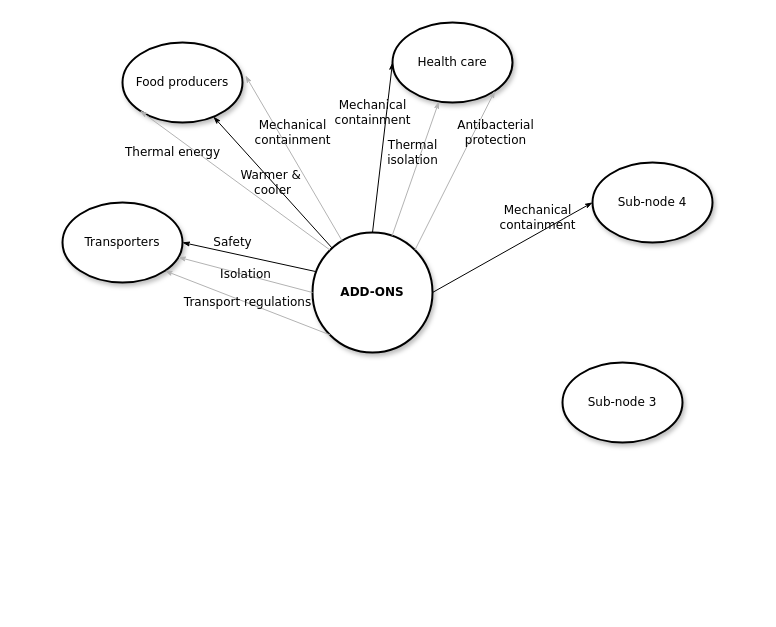
Before: External interfaces.drawio in amerezoji1362/drawio-github, a draw.io diagram. Source tidied: cells renumbered, new cells numbered last; positions are measured from the earlier drawing's top-left corner, leaving out a move shared by most shapes. Both pictures are drawn from the tidied source at 100%, with x=0, y=0 at pixel (62, 22).
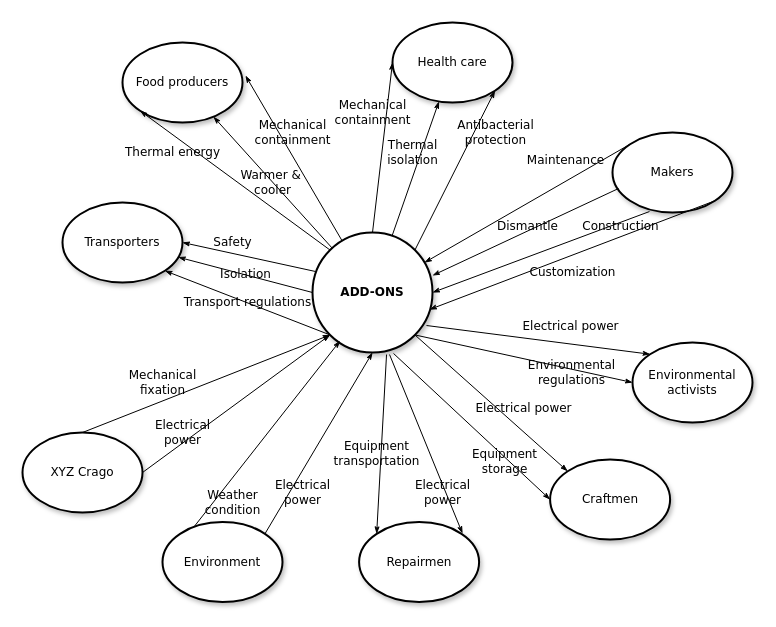
The same page after the edit.

Unchanged cells that the change refers to:
```xml
<mxCell id="2" value="Food producers" style="ellipse;whiteSpace=wrap;html=1;rounded=1;shadow=1;comic=0;labelBackgroundColor=none;strokeWidth=2;fontFamily=Verdana;fontSize=12;align=center;" parent="1" vertex="1">
  <mxGeometry x="60" y="20" width="120" height="80" as="geometry" />
</mxCell>
<mxCell id="3" value="Health care" style="ellipse;whiteSpace=wrap;html=1;rounded=1;shadow=1;comic=0;labelBackgroundColor=none;strokeWidth=2;fontFamily=Verdana;fontSize=12;align=center;" parent="1" vertex="1">
  <mxGeometry x="330" width="120" height="80" as="geometry" />
</mxCell>
<mxCell id="4" value="&lt;b&gt;ADD-ONS&lt;/b&gt;" style="ellipse;whiteSpace=wrap;html=1;rounded=1;shadow=1;comic=0;labelBackgroundColor=none;strokeWidth=2;fontFamily=Verdana;fontSize=12;align=center;" parent="1" vertex="1">
  <mxGeometry x="250" y="210" width="120" height="120" as="geometry" />
</mxCell>
<mxCell id="5" value="Transporters" style="ellipse;whiteSpace=wrap;html=1;rounded=1;shadow=1;comic=0;labelBackgroundColor=none;strokeWidth=2;fontFamily=Verdana;fontSize=12;align=center;" parent="1" vertex="1">
  <mxGeometry y="180" width="120" height="80" as="geometry" />
</mxCell>
```

The edit, as a diff of the source:
```diff
@@
-    <mxCell id="6" value="&lt;span&gt;Sub-node 4&lt;/span&gt;" style="ellipse;whiteSpace=wrap;html=1;rounded=1;shadow=1;comic=0;labelBackgroundColor=none;strokeWidth=2;fontFamily=Verdana;fontSize=12;align=center;" parent="1" vertex="1">
-      <mxGeometry x="530" y="140" width="120" height="80" as="geometry" />
+    <mxCell id="6" value="Makers" style="ellipse;whiteSpace=wrap;html=1;rounded=1;shadow=1;comic=0;labelBackgroundColor=none;strokeWidth=2;fontFamily=Verdana;fontSize=12;align=center;" parent="1" vertex="1">
+      <mxGeometry x="550" y="110" width="120" height="80" as="geometry" />
     </mxCell>
@@
-    <mxCell id="8" value="&lt;div&gt;Thermal&lt;/div&gt;&lt;div&gt; isolation &lt;/div&gt;" style="edgeStyle=none;rounded=1;html=1;labelBackgroundColor=none;startArrow=none;startFill=0;startSize=5;endArrow=classicThin;endFill=1;endSize=5;jettySize=auto;strokeColor=#B3B3B3;strokeWidth=1;fontFamily=Verdana;fontSize=12;" parent="1" edge="1" source="4" target="3">
+    <mxCell id="8" value="&lt;div&gt;Thermal&lt;/div&gt;&lt;div&gt; isolation &lt;/div&gt;" style="edgeStyle=none;rounded=1;html=1;labelBackgroundColor=none;startArrow=none;startFill=0;startSize=5;endArrow=classicThin;endFill=1;endSize=5;jettySize=auto;strokeColor=#000000;strokeWidth=1;fontFamily=Verdana;fontSize=12;" parent="1" edge="1" source="4" target="3">
       <mxGeometry x="0.2" y="8" relative="1" as="geometry" />
     </mxCell>
-    <mxCell id="9" value="Isolation" style="edgeStyle=none;rounded=1;html=1;labelBackgroundColor=none;startArrow=none;startFill=0;startSize=5;endArrow=classicThin;endFill=1;endSize=5;jettySize=auto;strokeColor=#B3B3B3;strokeWidth=1;fontFamily=Verdana;fontSize=12;exitX=0;exitY=0.5;exitDx=0;exitDy=0;" parent="1" edge="1" source="4" target="5">
+    <mxCell id="9" value="Isolation" style="edgeStyle=none;rounded=1;html=1;labelBackgroundColor=none;startArrow=none;startFill=0;startSize=5;endArrow=classicThin;endFill=1;endSize=5;jettySize=auto;strokeColor=#000000;strokeWidth=1;fontFamily=Verdana;fontSize=12;exitX=0;exitY=0.5;exitDx=0;exitDy=0;" parent="1" edge="1" source="4" target="5">
       <mxGeometry relative="1" as="geometry" />
     </mxCell>
-    <mxCell id="10" value="Transport regulations" style="edgeStyle=none;rounded=1;html=1;labelBackgroundColor=none;startArrow=none;startFill=0;startSize=5;endArrow=classicThin;endFill=1;endSize=5;jettySize=auto;strokeColor=#B3B3B3;strokeWidth=1;fontFamily=Verdana;fontSize=12;exitX=0;exitY=1;exitDx=0;exitDy=0;entryX=1;entryY=1;entryDx=0;entryDy=0;" parent="1" edge="1" source="4" target="5">
+    <mxCell id="10" value="Transport regulations" style="edgeStyle=none;rounded=1;html=1;labelBackgroundColor=none;startArrow=none;startFill=0;startSize=5;endArrow=classicThin;endFill=1;endSize=5;jettySize=auto;strokeColor=#000000;strokeWidth=1;fontFamily=Verdana;fontSize=12;exitX=0;exitY=1;exitDx=0;exitDy=0;entryX=1;entryY=1;entryDx=0;entryDy=0;" parent="1" edge="1" source="4" target="5">
       <mxGeometry relative="1" as="geometry" />
     </mxCell>
-    <mxCell id="11" value="&lt;span&gt;Sub-node 3&lt;/span&gt;" style="ellipse;whiteSpace=wrap;html=1;rounded=1;shadow=1;comic=0;labelBackgroundColor=none;strokeWidth=2;fontFamily=Verdana;fontSize=12;align=center;" parent="1" vertex="1">
-      <mxGeometry x="500" y="340" width="120" height="80" as="geometry" />
+    <mxCell id="11" value="Environmental activists " style="ellipse;whiteSpace=wrap;html=1;rounded=1;shadow=1;comic=0;labelBackgroundColor=none;strokeWidth=2;fontFamily=Verdana;fontSize=12;align=center;" parent="1" vertex="1">
+      <mxGeometry x="570" y="320" width="120" height="80" as="geometry" />
     </mxCell>
-    <mxCell id="12" value="&lt;div&gt;Mechanical &lt;br&gt;&lt;/div&gt;&lt;div&gt;containment &lt;/div&gt;" style="edgeStyle=none;rounded=1;html=1;labelBackgroundColor=none;startArrow=none;startFill=0;startSize=5;endArrow=classicThin;endFill=1;endSize=5;jettySize=auto;strokeColor=#B3B3B3;strokeWidth=1;fontFamily=Verdana;fontSize=12;entryX=1.025;entryY=0.413;entryDx=0;entryDy=0;entryPerimeter=0;" parent="1" edge="1" source="4" target="2">
+    <mxCell id="12" value="&lt;div&gt;Mechanical &lt;br&gt;&lt;/div&gt;&lt;div&gt;containment &lt;/div&gt;" style="edgeStyle=none;rounded=1;html=1;labelBackgroundColor=none;startArrow=none;startFill=0;startSize=5;endArrow=classicThin;endFill=1;endSize=5;jettySize=auto;strokeColor=#000000;strokeWidth=1;fontFamily=Verdana;fontSize=12;entryX=1.025;entryY=0.413;entryDx=0;entryDy=0;entryPerimeter=0;" parent="1" edge="1" source="4" target="2">
       <mxGeometry x="0.24" y="-12" relative="1" as="geometry">
         <mxPoint y="1" as="offset" />
       </mxGeometry>
     </mxCell>
-    <mxCell id="13" value="Thermal energy " style="edgeStyle=none;rounded=1;html=1;labelBackgroundColor=none;startArrow=none;startFill=0;startSize=5;endArrow=classicThin;endFill=1;endSize=5;jettySize=auto;strokeColor=#B3B3B3;strokeWidth=1;fontFamily=Verdana;fontSize=12;exitX=0;exitY=0;exitDx=0;exitDy=0;entryX=0;entryY=1;entryDx=0;entryDy=0;" parent="1" edge="1" source="4" target="2">
+    <mxCell id="13" value="Thermal energy " style="edgeStyle=none;rounded=1;html=1;labelBackgroundColor=none;startArrow=none;startFill=0;startSize=5;endArrow=classicThin;endFill=1;endSize=5;jettySize=auto;strokeColor=#000000;strokeWidth=1;fontFamily=Verdana;fontSize=12;exitX=0;exitY=0;exitDx=0;exitDy=0;entryX=0;entryY=1;entryDx=0;entryDy=0;" parent="1" edge="1" source="4" target="2">
       <mxGeometry x="0.57" y="14" relative="1" as="geometry">
         <mxPoint y="1" as="offset" />
       </mxGeometry>
     </mxCell>
@@
-    <mxCell id="16" value="&lt;div&gt;Antibacterial &lt;br&gt;protection&lt;br&gt;&lt;/div&gt;" style="edgeStyle=none;rounded=1;html=1;labelBackgroundColor=none;startArrow=none;startFill=0;startSize=5;endArrow=classicThin;endFill=1;endSize=5;jettySize=auto;strokeColor=#B3B3B3;strokeWidth=1;fontFamily=Verdana;fontSize=12;exitX=1;exitY=0;exitDx=0;exitDy=0;entryX=1;entryY=1;entryDx=0;entryDy=0;" parent="1" edge="1" source="4" target="3">
+    <mxCell id="16" value="&lt;div&gt;Antibacterial &lt;br&gt;protection&lt;br&gt;&lt;/div&gt;" style="edgeStyle=none;rounded=1;html=1;labelBackgroundColor=none;startArrow=none;startFill=0;startSize=5;endArrow=classicThin;endFill=1;endSize=5;jettySize=auto;strokeColor=#000000;strokeWidth=1;fontFamily=Verdana;fontSize=12;exitX=1;exitY=0;exitDx=0;exitDy=0;entryX=1;entryY=1;entryDx=0;entryDy=0;" parent="1" edge="1" source="4" target="3">
       <mxGeometry x="0.58" y="-19" relative="1" as="geometry" />
     </mxCell>
-    <mxCell id="17" value="&lt;div&gt;&lt;div&gt;Mechanical &lt;br&gt;&lt;/div&gt;&lt;div&gt;containment &lt;/div&gt;&lt;/div&gt;" style="edgeStyle=none;rounded=1;html=1;labelBackgroundColor=none;startArrow=none;startFill=0;startSize=5;endArrow=classicThin;endFill=1;endSize=5;jettySize=auto;strokeColor=#000000;strokeWidth=1;fontFamily=Verdana;fontSize=12;entryX=0;entryY=0.5;entryDx=0;entryDy=0;" parent="1" edge="1" target="6">
-      <mxGeometry x="0.39" y="14" relative="1" as="geometry">
-        <mxPoint x="370" y="270" as="sourcePoint" />
-      </mxGeometry>
+    <mxCell id="17" value="&lt;div&gt;&lt;div&gt;Maintenance&lt;br&gt;&lt;/div&gt;&lt;/div&gt;" style="edgeStyle=none;rounded=1;html=1;labelBackgroundColor=none;startArrow=none;startFill=0;startSize=5;endArrow=classicThin;endFill=1;endSize=5;jettySize=auto;strokeColor=#000000;strokeWidth=1;fontFamily=Verdana;fontSize=12;exitX=0;exitY=0;exitDx=0;exitDy=0;" parent="1" edge="1" source="6" target="4">
+      <mxGeometry x="-0.46" y="-18" relative="1" as="geometry" />
     </mxCell>
+    <mxCell id="18" value="&lt;div&gt;&lt;div&gt;Dismantle&lt;br&gt;&lt;/div&gt;&lt;/div&gt;" style="edgeStyle=none;rounded=1;html=1;labelBackgroundColor=none;startArrow=none;startFill=0;startSize=5;endArrow=classicThin;endFill=1;endSize=5;jettySize=auto;strokeColor=#000000;strokeWidth=1;fontFamily=Verdana;fontSize=12;exitX=0.05;exitY=0.7;exitDx=0;exitDy=0;exitPerimeter=0;" parent="1" edge="1" source="6">
+      <mxGeometry x="-0.04" y="-4" relative="1" as="geometry">
+        <mxPoint x="370" y="253" as="targetPoint" />
+      </mxGeometry>
+    </mxCell>
+    <mxCell id="19" value="&lt;div&gt;&lt;div&gt;Construction&lt;br&gt;&lt;/div&gt;&lt;/div&gt;" style="edgeStyle=none;rounded=1;html=1;labelBackgroundColor=none;startArrow=none;startFill=0;startSize=5;endArrow=classicThin;endFill=1;endSize=5;jettySize=auto;strokeColor=#000000;strokeWidth=1;fontFamily=Verdana;fontSize=12;exitX=0.308;exitY=0.988;exitDx=0;exitDy=0;exitPerimeter=0;entryX=1;entryY=0.5;entryDx=0;entryDy=0;" parent="1" edge="1" source="6" target="4">
+      <mxGeometry x="-0.72" y="4" relative="1" as="geometry" />
+    </mxCell>
+    <mxCell id="20" value="&lt;div&gt;&lt;div&gt;Customization&lt;br&gt;&lt;/div&gt;&lt;/div&gt;" style="edgeStyle=none;rounded=1;html=1;labelBackgroundColor=none;startArrow=none;startFill=0;startSize=5;endArrow=classicThin;endFill=1;endSize=5;jettySize=auto;strokeColor=#000000;strokeWidth=1;fontFamily=Verdana;fontSize=12;exitX=1;exitY=1;exitDx=0;exitDy=0;entryX=0.975;entryY=0.642;entryDx=0;entryDy=0;entryPerimeter=0;" parent="1" edge="1" source="6" target="4">
+      <mxGeometry x="0.04" y="16" relative="1" as="geometry" />
+    </mxCell>
+    <mxCell id="21" value="Electrical power" style="edgeStyle=none;rounded=1;html=1;labelBackgroundColor=none;startArrow=none;startFill=0;startSize=5;endArrow=classicThin;endFill=1;endSize=5;jettySize=auto;strokeColor=#000000;strokeWidth=1;fontFamily=Verdana;fontSize=12;exitX=0.95;exitY=0.775;exitDx=0;exitDy=0;exitPerimeter=0;entryX=0;entryY=0;entryDx=0;entryDy=0;" parent="1" edge="1" source="4" target="11">
+      <mxGeometry x="0.27" y="17" relative="1" as="geometry" />
+    </mxCell>
+    <mxCell id="22" value="&lt;div&gt;Environmental&lt;/div&gt;&lt;div&gt; regulations&lt;/div&gt;" style="edgeStyle=none;rounded=1;html=1;labelBackgroundColor=none;startArrow=none;startFill=0;startSize=5;endArrow=classicThin;endFill=1;endSize=5;jettySize=auto;strokeColor=#000000;strokeWidth=1;fontFamily=Verdana;fontSize=12;exitX=1;exitY=1;exitDx=0;exitDy=0;entryX=0;entryY=0.5;entryDx=0;entryDy=0;" parent="1" edge="1" source="4" target="11">
+      <mxGeometry x="0.45" y="-3" relative="1" as="geometry" />
+    </mxCell>
+    <mxCell id="23" value="Craftmen" style="ellipse;whiteSpace=wrap;html=1;rounded=1;shadow=1;comic=0;labelBackgroundColor=none;strokeWidth=2;fontFamily=Verdana;fontSize=12;align=center;" parent="1" vertex="1">
+      <mxGeometry x="487.6" y="437" width="120" height="80" as="geometry" />
+    </mxCell>
+    <mxCell id="24" value="Electrical power" style="edgeStyle=none;rounded=1;html=1;labelBackgroundColor=none;startArrow=none;startFill=0;startSize=5;endArrow=classicThin;endFill=1;endSize=5;jettySize=auto;strokeColor=#000000;strokeWidth=1;fontFamily=Verdana;fontSize=12;exitX=1;exitY=1;exitDx=0;exitDy=0;entryX=0;entryY=0;entryDx=0;entryDy=0;" parent="1" edge="1" source="4" target="23">
+      <mxGeometry x="0.27" y="17" relative="1" as="geometry" />
+    </mxCell>
+    <mxCell id="25" value="&lt;div&gt;Equipment &lt;br&gt;&lt;/div&gt;&lt;div&gt;storage&lt;br&gt;&lt;/div&gt;" style="edgeStyle=none;rounded=1;html=1;labelBackgroundColor=none;startArrow=none;startFill=0;startSize=5;endArrow=classicThin;endFill=1;endSize=5;jettySize=auto;strokeColor=#000000;strokeWidth=1;fontFamily=Verdana;fontSize=12;exitX=0.675;exitY=1.008;exitDx=0;exitDy=0;entryX=0;entryY=0.5;entryDx=0;entryDy=0;exitPerimeter=0;" parent="1" edge="1" source="4" target="23">
+      <mxGeometry x="0.45" y="-3" relative="1" as="geometry" />
+    </mxCell>
+    <mxCell id="26" value="Repairmen" style="ellipse;whiteSpace=wrap;html=1;rounded=1;shadow=1;comic=0;labelBackgroundColor=none;strokeWidth=2;fontFamily=Verdana;fontSize=12;align=center;" parent="1" vertex="1">
+      <mxGeometry x="296.6" y="499.6" width="120" height="80" as="geometry" />
+    </mxCell>
+    <mxCell id="27" value="&lt;div&gt;Equipment &lt;br&gt;&lt;/div&gt;&lt;div&gt;transportation&lt;br&gt;&lt;/div&gt;" style="edgeStyle=none;rounded=1;html=1;labelBackgroundColor=none;startArrow=none;startFill=0;startSize=5;endArrow=classicThin;endFill=1;endSize=5;jettySize=auto;strokeColor=#000000;strokeWidth=1;fontFamily=Verdana;fontSize=12;exitX=0.617;exitY=1.017;exitDx=0;exitDy=0;entryX=0;entryY=0;entryDx=0;entryDy=0;exitPerimeter=0;" parent="1" edge="1" source="4" target="26">
+      <mxGeometry x="0.1" y="-4" relative="1" as="geometry">
+        <mxPoint x="-1" as="offset" />
+      </mxGeometry>
+    </mxCell>
+    <mxCell id="28" value="&lt;div&gt;Electrical &lt;br&gt;&lt;/div&gt;&lt;div&gt;power&lt;/div&gt;" style="edgeStyle=none;rounded=1;html=1;labelBackgroundColor=none;startArrow=none;startFill=0;startSize=5;endArrow=classicThin;endFill=1;endSize=5;jettySize=auto;strokeColor=#000000;strokeWidth=1;fontFamily=Verdana;fontSize=12;exitX=0.642;exitY=1.017;exitDx=0;exitDy=0;exitPerimeter=0;" parent="1" edge="1" source="4">
+      <mxGeometry x="0.53" y="-3" relative="1" as="geometry">
+        <mxPoint x="400" y="511" as="targetPoint" />
+      </mxGeometry>
+    </mxCell>
+    <mxCell id="29" value="Environment" style="ellipse;whiteSpace=wrap;html=1;rounded=1;shadow=1;comic=0;labelBackgroundColor=none;strokeWidth=2;fontFamily=Verdana;fontSize=12;align=center;" parent="1" vertex="1">
+      <mxGeometry x="100" y="499.6" width="120" height="80" as="geometry" />
+    </mxCell>
+    <mxCell id="30" value="&lt;div&gt;Electrical &lt;br&gt;&lt;/div&gt;&lt;div&gt;power&lt;br&gt;&lt;/div&gt;" style="edgeStyle=none;rounded=1;html=1;labelBackgroundColor=none;startArrow=none;startFill=0;startSize=5;endArrow=classicThin;endFill=1;endSize=5;jettySize=auto;strokeColor=#000000;strokeWidth=1;fontFamily=Verdana;fontSize=12;exitX=1;exitY=0;exitDx=0;exitDy=0;entryX=0.5;entryY=1;entryDx=0;entryDy=0;" parent="1" edge="1" source="29" target="4">
+      <mxGeometry x="-0.48" y="-11" relative="1" as="geometry" />
+    </mxCell>
+    <mxCell id="31" value="&lt;div&gt;Weather &lt;br&gt;&lt;/div&gt;&lt;div&gt;condition&lt;br&gt;&lt;/div&gt;" style="edgeStyle=none;rounded=1;html=1;labelBackgroundColor=none;startArrow=none;startFill=0;startSize=5;endArrow=classicThin;endFill=1;endSize=5;jettySize=auto;strokeColor=#000000;strokeWidth=1;fontFamily=Verdana;fontSize=12;exitX=0.258;exitY=0.068;exitDx=0;exitDy=0;entryX=0.5;entryY=1;entryDx=0;entryDy=0;exitPerimeter=0;" parent="1" edge="1" source="29">
+      <mxGeometry x="-0.63" y="-15" relative="1" as="geometry">
+        <mxPoint x="277.6" y="318.3" as="targetPoint" />
+      </mxGeometry>
+    </mxCell>
+    <mxCell id="32" value="XYZ Crago" style="ellipse;whiteSpace=wrap;html=1;rounded=1;shadow=1;comic=0;labelBackgroundColor=none;strokeWidth=2;fontFamily=Verdana;fontSize=12;align=center;" parent="1" vertex="1">
+      <mxGeometry x="-40" y="410" width="120" height="80" as="geometry" />
+    </mxCell>
+    <mxCell id="33" value="&lt;div&gt;Mechanical &lt;br&gt;&lt;/div&gt;&lt;div&gt;fixation&lt;/div&gt;" style="edgeStyle=none;rounded=1;html=1;labelBackgroundColor=none;startArrow=none;startFill=0;startSize=5;endArrow=classicThin;endFill=1;endSize=5;jettySize=auto;strokeColor=#000000;strokeWidth=1;fontFamily=Verdana;fontSize=12;exitX=0.5;exitY=0;exitDx=0;exitDy=0;entryX=0;entryY=1;entryDx=0;entryDy=0;" parent="1" edge="1" source="32" target="4">
+      <mxGeometry x="-0.3" y="17" relative="1" as="geometry" />
+    </mxCell>
+    <mxCell id="34" value="&lt;div&gt;Electrical &lt;br&gt;&lt;/div&gt;&lt;div&gt;power&lt;/div&gt;" style="edgeStyle=none;rounded=1;html=1;labelBackgroundColor=none;startArrow=none;startFill=0;startSize=5;endArrow=classicThin;endFill=1;endSize=5;jettySize=auto;strokeColor=#000000;strokeWidth=1;fontFamily=Verdana;fontSize=12;exitX=1;exitY=0.5;exitDx=0;exitDy=0;entryX=0;entryY=1;entryDx=0;entryDy=0;" parent="1" edge="1" source="32" target="4">
+      <mxGeometry x="-0.52" y="9" relative="1" as="geometry" />
+    </mxCell>
```
